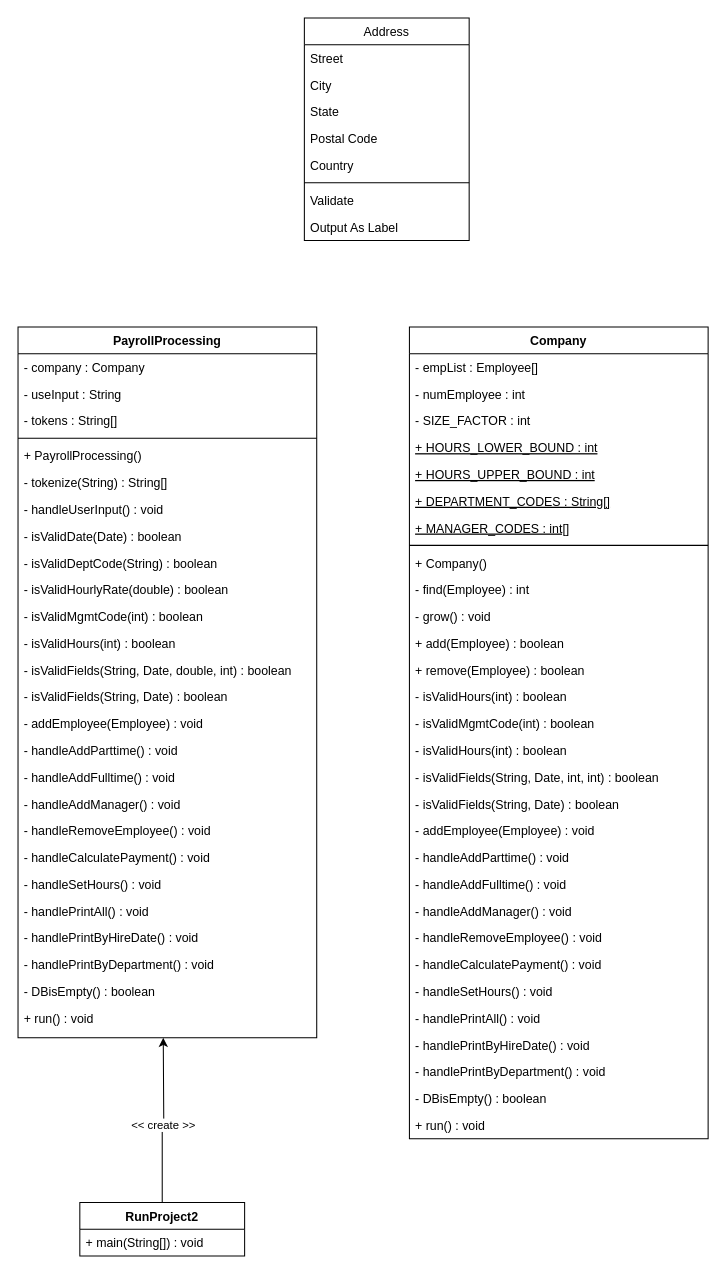
Before: Java-Payroll-Processing-System.drawio in demoraeshugo/Java-Payroll-Processing-System, a draw.io diagram. Source tidied: cells renumbered, new cells numbered last; positions are measured from the earlier drawing's top-left corner, leaving out a move shared by most shapes. Both pictures are drawn from the tidied source at 103%, with x=0, y=0 at pixel (18, 18).
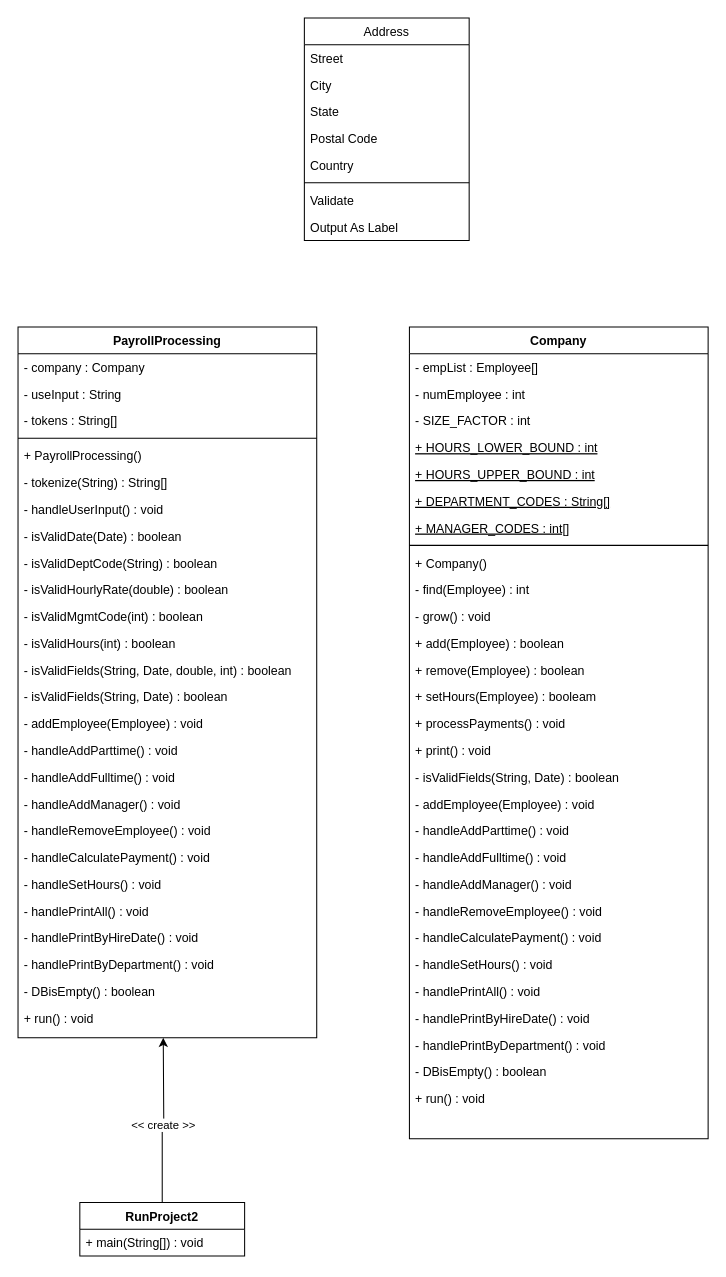
The same diagram, later.

Unchanged cells that the change refers to:
```xml
<mxCell id="42" value="Company" style="swimlane;fontStyle=1;align=center;verticalAlign=top;horizontal=1;startSize=26;rounded=0;shadow=0;strokeWidth=1;" parent="1" vertex="1">
  <mxGeometry x="380" y="300" width="290" height="788" as="geometry" />
</mxCell>
```

Change to the diagram source:
```diff
@@
-    <mxCell id="56" value="- isValidHours(int) : boolean" style="text;align=left;verticalAlign=top;spacingLeft=4;spacingRight=4;overflow=hidden;" parent="42" vertex="1">
-      <mxGeometry y="346" width="290" height="26" as="geometry" />
-    </mxCell>
-    <mxCell id="57" value="- isValidMgmtCode(int) : boolean" style="text;align=left;verticalAlign=top;spacingLeft=4;spacingRight=4;overflow=hidden;" parent="42" vertex="1">
-      <mxGeometry y="372" width="290" height="26" as="geometry" />
+    <mxCell id="57" value="+ setHours(Employee) : booleam" style="text;align=left;verticalAlign=top;spacingLeft=4;spacingRight=4;overflow=hidden;" parent="42" vertex="1">
+      <mxGeometry y="346" width="290" height="26" as="geometry" />
     </mxCell>
-    <mxCell id="58" value="- isValidHours(int) : boolean" style="text;align=left;verticalAlign=top;spacingLeft=4;spacingRight=4;overflow=hidden;" parent="42" vertex="1">
-      <mxGeometry y="398" width="290" height="26" as="geometry" />
+    <mxCell id="58" value="+ processPayments() : void" style="text;align=left;verticalAlign=top;spacingLeft=4;spacingRight=4;overflow=hidden;" parent="42" vertex="1">
+      <mxGeometry y="372" width="290" height="26" as="geometry" />
     </mxCell>
-    <mxCell id="59" value="- isValidFields(String, Date, int, int) : boolean" style="text;align=left;verticalAlign=top;spacingLeft=4;spacingRight=4;overflow=hidden;" parent="42" vertex="1">
-      <mxGeometry y="424" width="290" height="26" as="geometry" />
+    <mxCell id="59" value="+ print() : void" style="text;align=left;verticalAlign=top;spacingLeft=4;spacingRight=4;overflow=hidden;" parent="42" vertex="1">
+      <mxGeometry y="398" width="290" height="26" as="geometry" />
     </mxCell>
     <mxCell id="60" value="- isValidFields(String, Date) : boolean" style="text;align=left;verticalAlign=top;spacingLeft=4;spacingRight=4;overflow=hidden;" parent="42" vertex="1">
-      <mxGeometry y="450" width="290" height="26" as="geometry" />
+      <mxGeometry y="424" width="290" height="26" as="geometry" />
     </mxCell>
     <mxCell id="61" value="- addEmployee(Employee) : void" style="text;align=left;verticalAlign=top;spacingLeft=4;spacingRight=4;overflow=hidden;" parent="42" vertex="1">
-      <mxGeometry y="476" width="290" height="26" as="geometry" />
+      <mxGeometry y="450" width="290" height="26" as="geometry" />
     </mxCell>
     <mxCell id="62" value="- handleAddParttime() : void" style="text;align=left;verticalAlign=top;spacingLeft=4;spacingRight=4;overflow=hidden;" parent="42" vertex="1">
-      <mxGeometry y="502" width="290" height="26" as="geometry" />
+      <mxGeometry y="476" width="290" height="26" as="geometry" />
     </mxCell>
     <mxCell id="63" value="- handleAddFulltime() : void" style="text;align=left;verticalAlign=top;spacingLeft=4;spacingRight=4;overflow=hidden;" parent="42" vertex="1">
-      <mxGeometry y="528" width="290" height="26" as="geometry" />
+      <mxGeometry y="502" width="290" height="26" as="geometry" />
     </mxCell>
     <mxCell id="64" value="- handleAddManager() : void" style="text;align=left;verticalAlign=top;spacingLeft=4;spacingRight=4;overflow=hidden;" parent="42" vertex="1">
-      <mxGeometry y="554" width="290" height="26" as="geometry" />
+      <mxGeometry y="528" width="290" height="26" as="geometry" />
     </mxCell>
     <mxCell id="65" value="- handleRemoveEmployee() : void" style="text;align=left;verticalAlign=top;spacingLeft=4;spacingRight=4;overflow=hidden;" parent="42" vertex="1">
-      <mxGeometry y="580" width="290" height="26" as="geometry" />
+      <mxGeometry y="554" width="290" height="26" as="geometry" />
     </mxCell>
     <mxCell id="66" value="- handleCalculatePayment() : void" style="text;align=left;verticalAlign=top;spacingLeft=4;spacingRight=4;overflow=hidden;" parent="42" vertex="1">
-      <mxGeometry y="606" width="290" height="26" as="geometry" />
+      <mxGeometry y="580" width="290" height="26" as="geometry" />
     </mxCell>
     <mxCell id="67" value="- handleSetHours() : void" style="text;align=left;verticalAlign=top;spacingLeft=4;spacingRight=4;overflow=hidden;" parent="42" vertex="1">
-      <mxGeometry y="632" width="290" height="26" as="geometry" />
+      <mxGeometry y="606" width="290" height="26" as="geometry" />
     </mxCell>
     <mxCell id="68" value="- handlePrintAll() : void" style="text;align=left;verticalAlign=top;spacingLeft=4;spacingRight=4;overflow=hidden;" parent="42" vertex="1">
-      <mxGeometry y="658" width="290" height="26" as="geometry" />
+      <mxGeometry y="632" width="290" height="26" as="geometry" />
     </mxCell>
     <mxCell id="69" value="- handlePrintByHireDate() : void" style="text;align=left;verticalAlign=top;spacingLeft=4;spacingRight=4;overflow=hidden;" parent="42" vertex="1">
-      <mxGeometry y="684" width="290" height="26" as="geometry" />
+      <mxGeometry y="658" width="290" height="26" as="geometry" />
     </mxCell>
     <mxCell id="70" value="- handlePrintByDepartment() : void" style="text;align=left;verticalAlign=top;spacingLeft=4;spacingRight=4;overflow=hidden;" parent="42" vertex="1">
-      <mxGeometry y="710" width="290" height="26" as="geometry" />
+      <mxGeometry y="684" width="290" height="26" as="geometry" />
     </mxCell>
     <mxCell id="71" value="- DBisEmpty() : boolean" style="text;align=left;verticalAlign=top;spacingLeft=4;spacingRight=4;overflow=hidden;" parent="42" vertex="1">
-      <mxGeometry y="736" width="290" height="26" as="geometry" />
+      <mxGeometry y="710" width="290" height="26" as="geometry" />
     </mxCell>
     <mxCell id="72" value="+ run() : void" style="text;align=left;verticalAlign=top;spacingLeft=4;spacingRight=4;overflow=hidden;" parent="42" vertex="1">
-      <mxGeometry y="762" width="290" height="26" as="geometry" />
+      <mxGeometry y="736" width="290" height="26" as="geometry" />
     </mxCell>
```
